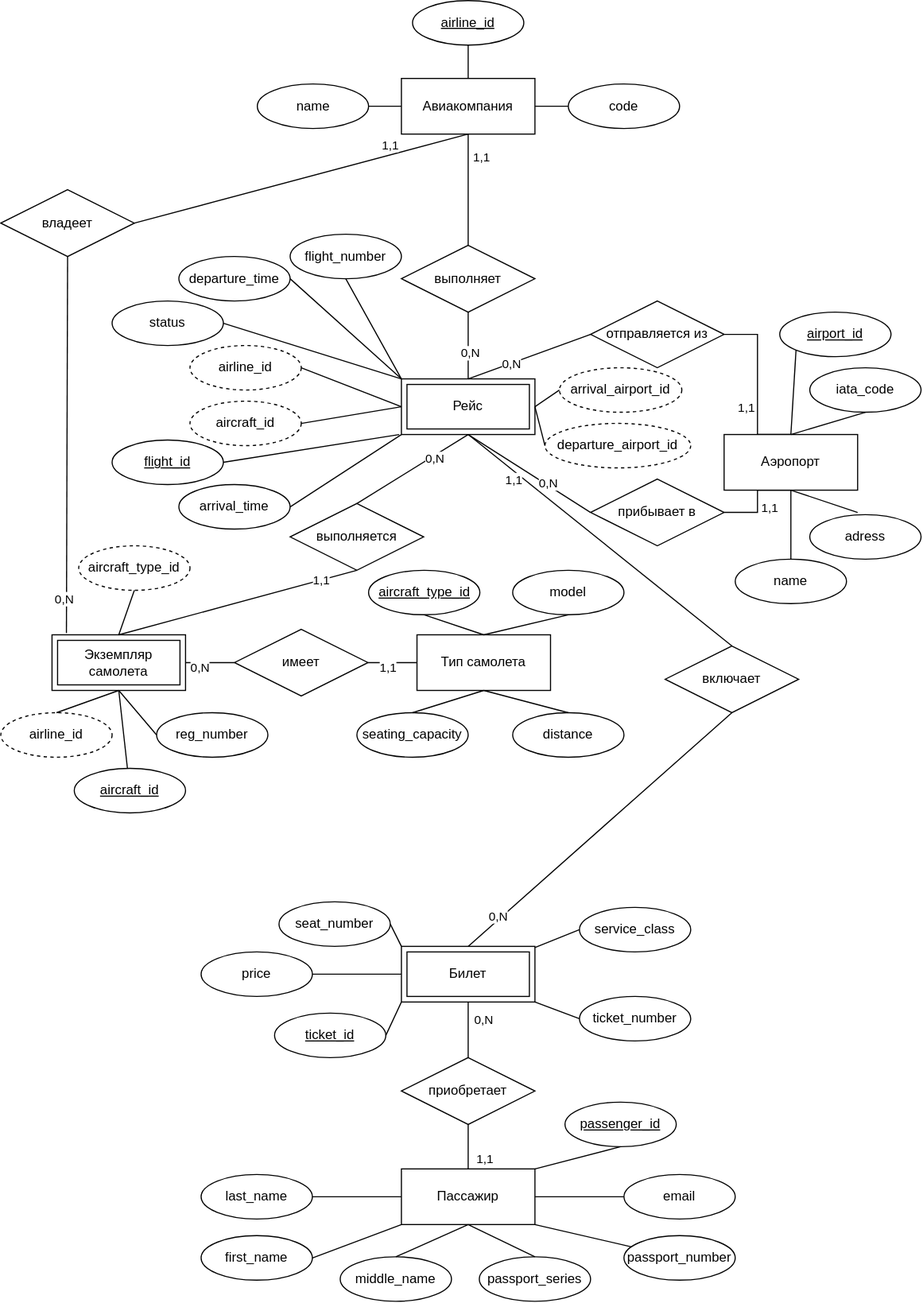
The draw.io diagram Концептуальная модель.drawio.svg in zhulegoalina/DBMS-labs, before a commit. Source tidied: cells renumbered, new cells last; positions are measured from the earlier drawing's top-left corner, leaving out a move shared by most shapes.
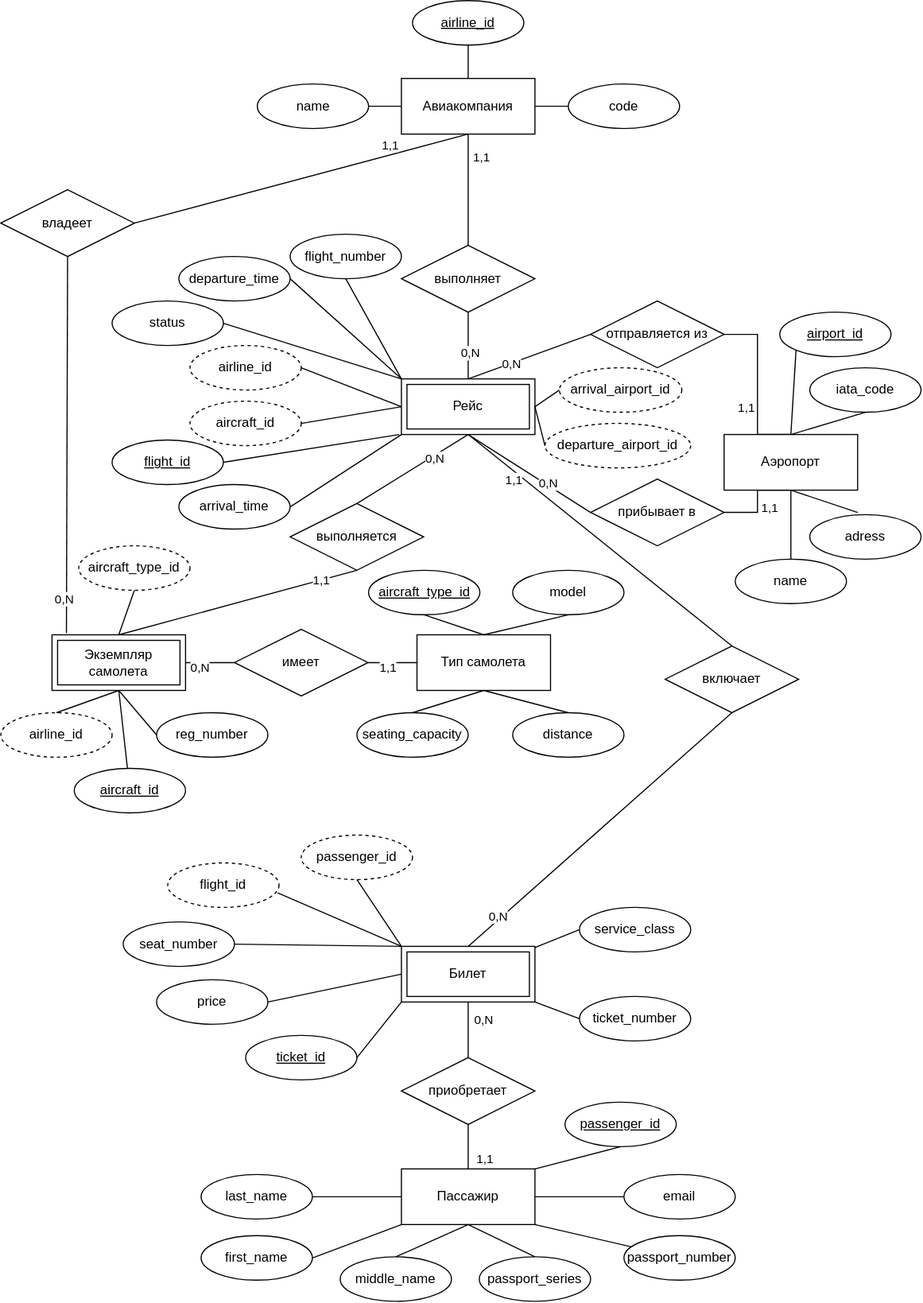
Above is the later version.

What changed in the source:
```diff
@@ -114,10 +114,10 @@
       <mxGeometry x="520" y="895" width="100" height="40" as="geometry" />
     </mxCell>
     <mxCell id="37" value="&lt;div style=&quot;text-align: start;&quot;&gt;price&lt;/div&gt;" style="ellipse;whiteSpace=wrap;html=1;align=center;strokeColor=light-dark(#000000,#000000);fillColor=light-dark(#FFFFFF,#FFFF00);fontColor=light-dark(#000000,#000000);" parent="1" vertex="1">
-      <mxGeometry x="180" y="855" width="100" height="40" as="geometry" />
+      <mxGeometry x="140" y="880" width="100" height="40" as="geometry" />
     </mxCell>
     <mxCell id="38" value="&lt;div style=&quot;text-align: start;&quot;&gt;seat_number&lt;/div&gt;" style="ellipse;whiteSpace=wrap;html=1;align=center;strokeColor=light-dark(#000000,#000000);fillColor=light-dark(#FFFFFF,#FFFF00);fontColor=light-dark(#000000,#000000);" parent="1" vertex="1">
-      <mxGeometry x="250" y="810" width="100" height="40" as="geometry" />
+      <mxGeometry x="110" y="828" width="100" height="40" as="geometry" />
     </mxCell>
     <mxCell id="39" value="&lt;div style=&quot;text-align: start;&quot;&gt;service_class&lt;/div&gt;" style="ellipse;whiteSpace=wrap;html=1;align=center;strokeColor=light-dark(#000000,#000000);fillColor=light-dark(#FFFFFF,#FFFF00);fontColor=light-dark(#000000,#000000);" parent="1" vertex="1">
       <mxGeometry x="520" y="815" width="100" height="40" as="geometry" />
@@ -141,7 +141,7 @@
       <mxGeometry x="507" y="990" width="100" height="40" as="geometry" />
     </mxCell>
     <mxCell id="46" value="ticket_id" style="ellipse;whiteSpace=wrap;html=1;align=center;fontStyle=4;fontColor=light-dark(#000000,#000000);strokeColor=light-dark(#000000,#000000);fillColor=light-dark(#FFFFFF,#FFFF00);" parent="1" vertex="1">
-      <mxGeometry x="246" y="910" width="100" height="40" as="geometry" />
+      <mxGeometry x="220" y="930" width="100" height="40" as="geometry" />
     </mxCell>
     <mxCell id="47" value="&lt;div style=&quot;text-align: start;&quot;&gt;airline_id&lt;/div&gt;" style="ellipse;whiteSpace=wrap;html=1;align=center;strokeColor=light-dark(#000000,#000000);fillColor=light-dark(#FFFFFF,#FF33FF);fontColor=light-dark(#000000,#000000);dashed=1;" parent="1" vertex="1">
       <mxGeometry y="640" width="100" height="40" as="geometry" />
@@ -393,5 +393,17 @@
     <mxCell id="122" style="endArrow=none;html=1;rounded=0;exitX=0;exitY=1;exitDx=0;exitDy=0;entryX=1;entryY=0.5;entryDx=0;entryDy=0;" parent="1" edge="1" source="14" target="28">
       <mxGeometry relative="1" as="geometry" />
     </mxCell>
+    <mxCell id="123" value="&lt;div style=&quot;text-align: start;&quot;&gt;flight_id&lt;/div&gt;" style="ellipse;whiteSpace=wrap;html=1;align=center;strokeColor=light-dark(#000000,#000000);fillColor=light-dark(#FFFFFF,#FFFF00);fontColor=light-dark(#000000,#000000);dashed=1;" parent="1" vertex="1">
+      <mxGeometry x="150" y="775" width="100" height="40" as="geometry" />
+    </mxCell>
+    <mxCell id="124" value="&lt;div style=&quot;text-align: start;&quot;&gt;passenger_id&lt;/div&gt;" style="ellipse;whiteSpace=wrap;html=1;align=center;strokeColor=light-dark(#000000,#000000);fillColor=light-dark(#FFFFFF,#FFFF00);fontColor=light-dark(#000000,#000000);dashed=1;" parent="1" vertex="1">
+      <mxGeometry x="270" y="750" width="100" height="40" as="geometry" />
+    </mxCell>
+    <mxCell id="125" style="endArrow=none;html=1;rounded=0;exitX=0;exitY=0;exitDx=0;exitDy=0;entryX=0.988;entryY=0.675;entryDx=0;entryDy=0;entryPerimeter=0;" parent="1" edge="1" source="15" target="123">
+      <mxGeometry relative="1" as="geometry" />
+    </mxCell>
+    <mxCell id="126" style="endArrow=none;html=1;rounded=0;entryX=0.5;entryY=1;entryDx=0;entryDy=0;exitX=0;exitY=0;exitDx=0;exitDy=0;" parent="1" edge="1" source="15" target="124">
+      <mxGeometry relative="1" as="geometry" />
+    </mxCell>
   </root>
 </mxGraphModel>
```
